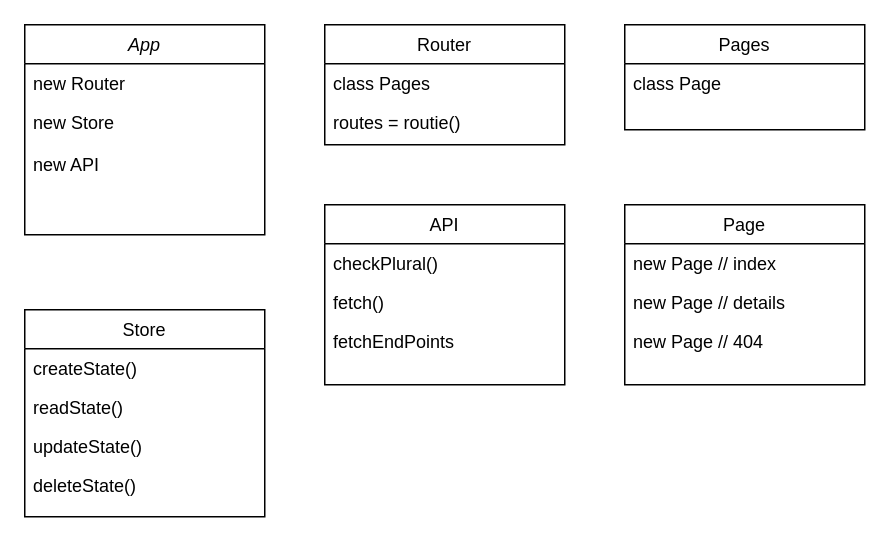
Above: project/assets/wafs2021-actor-diagram.drawio in stanRepo/web-app-from-scratch-2021 (draw.io), before the change. Source tidied: cells renumbered, new cells numbered last; positions are measured from the earlier drawing's top-left corner, leaving out a move shared by most shapes. Both pictures are drawn from the tidied source at 150%, with x=0, y=0 at pixel (24, 24).
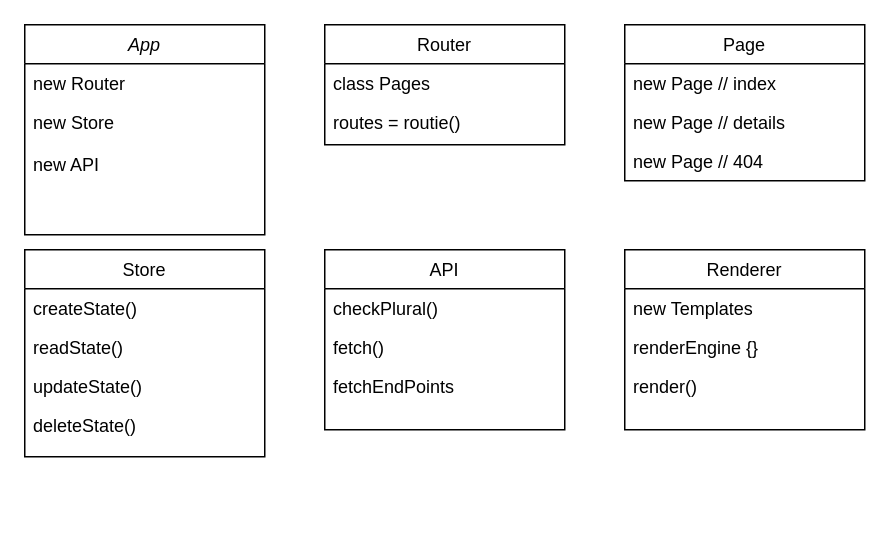
The same diagram, later.

What changed in the source:
```diff
@@
     <mxCell id="6" value="Store" style="swimlane;fontStyle=0;align=center;verticalAlign=top;horizontal=1;startSize=26;rounded=0;shadow=0;strokeWidth=1;" parent="1" vertex="1">
-      <mxGeometry y="190" width="160" height="138" as="geometry" />
+      <mxGeometry y="150" width="160" height="138" as="geometry" />
     </mxCell>
@@
-    <mxCell id="11" value="Pages" style="swimlane;fontStyle=0;align=center;verticalAlign=top;horizontal=1;startSize=26;rounded=0;shadow=0;strokeWidth=1;" parent="1" vertex="1">
-      <mxGeometry x="400" width="160" height="70" as="geometry" />
-    </mxCell>
-    <mxCell id="12" value="class Page" style="text;align=left;verticalAlign=top;spacingLeft=4;spacingRight=4;overflow=hidden;" parent="11" vertex="1">
-      <mxGeometry y="26" width="160" height="26" as="geometry" />
-    </mxCell>
@@
     <mxCell id="16" value="Page" style="swimlane;fontStyle=0;align=center;verticalAlign=top;horizontal=1;startSize=26;rounded=0;shadow=0;strokeWidth=1;" parent="1" vertex="1">
-      <mxGeometry x="400" y="120" width="160" height="120" as="geometry" />
+      <mxGeometry x="400" width="160" height="104" as="geometry" />
     </mxCell>
@@
     <mxCell id="20" value="API" style="swimlane;fontStyle=0;align=center;verticalAlign=top;horizontal=1;startSize=26;rounded=0;shadow=0;strokeWidth=1;" parent="1" vertex="1">
-      <mxGeometry x="200" y="120" width="160" height="120" as="geometry" />
+      <mxGeometry x="200" y="150" width="160" height="120" as="geometry" />
     </mxCell>
@@
+    <mxCell id="24" value="Renderer" style="swimlane;fontStyle=0;align=center;verticalAlign=top;horizontal=1;startSize=26;rounded=0;shadow=0;strokeWidth=1;" parent="1" vertex="1">
+      <mxGeometry x="400" y="150" width="160" height="120" as="geometry" />
+    </mxCell>
+    <mxCell id="25" value="new Templates" style="text;align=left;verticalAlign=top;spacingLeft=4;spacingRight=4;overflow=hidden;" parent="24" vertex="1">
+      <mxGeometry y="26" width="160" height="26" as="geometry" />
+    </mxCell>
+    <mxCell id="26" value="renderEngine {}" style="text;align=left;verticalAlign=top;spacingLeft=4;spacingRight=4;overflow=hidden;" parent="24" vertex="1">
+      <mxGeometry y="52" width="160" height="26" as="geometry" />
+    </mxCell>
+    <mxCell id="27" value="render()" style="text;align=left;verticalAlign=top;spacingLeft=4;spacingRight=4;overflow=hidden;" parent="24" vertex="1">
+      <mxGeometry y="78" width="160" height="26" as="geometry" />
+    </mxCell>
```
